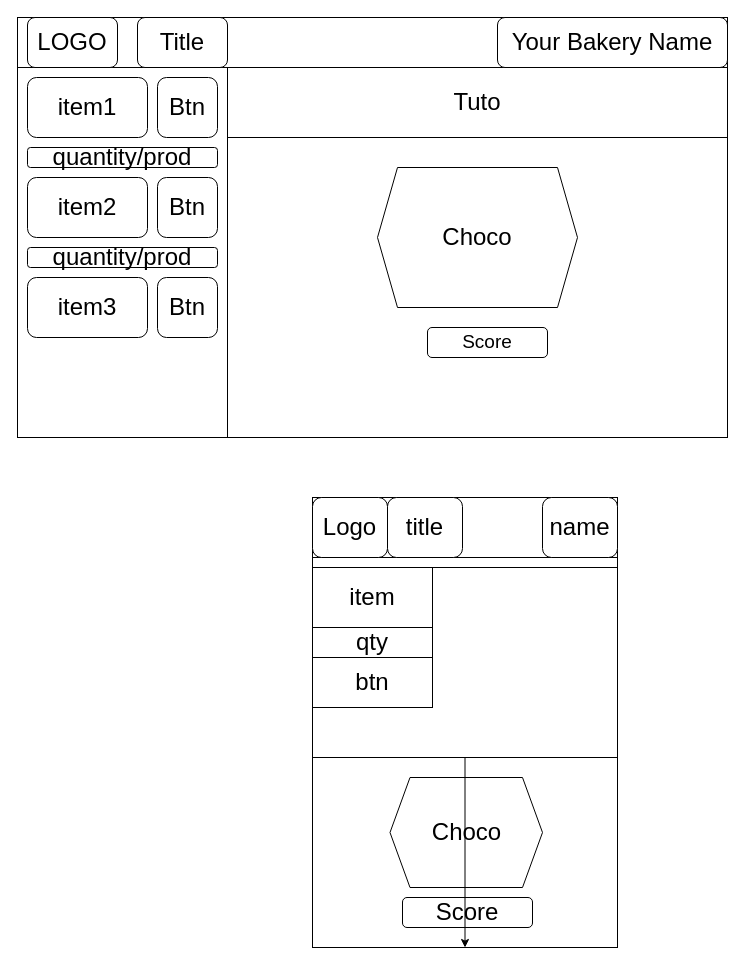
The draw.io diagram src/wireframe.drawio in annieccar/Choco-Clicker, before the edit. Source tidied: cells renumbered, new cells numbered last; positions are measured from the earlier drawing's top-left corner, leaving out a move shared by most shapes. Both pictures are drawn from the tidied source at 100%, with x=0, y=0 at pixel (17, 17).
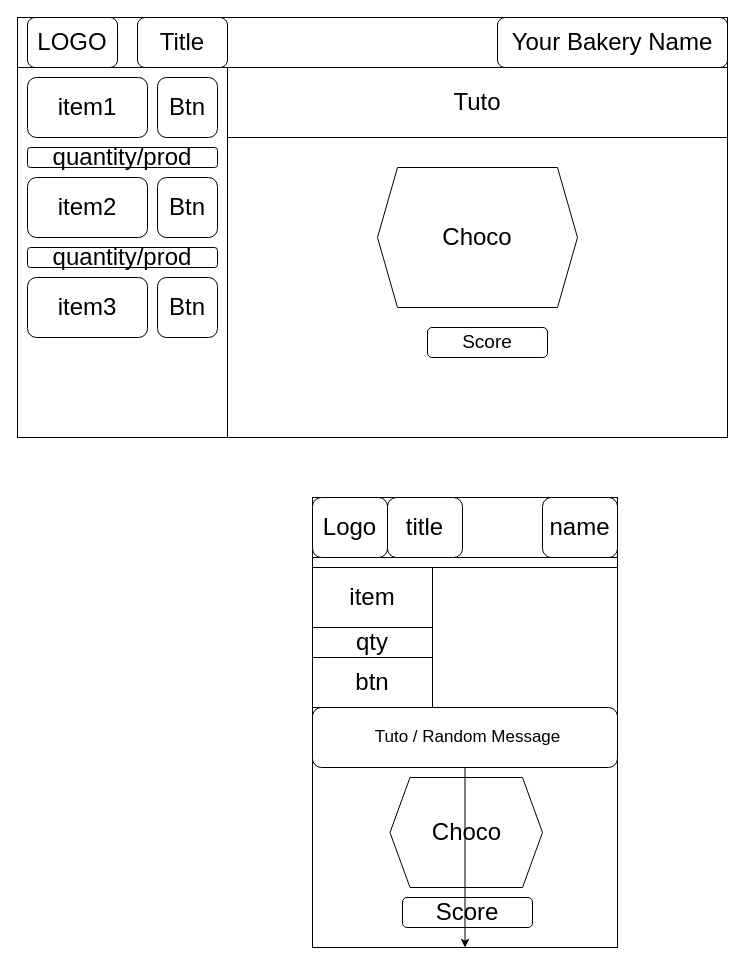
Above is the later version.

The edit, as a diff of the source:
```diff
@@
+    <mxCell id="31" style="rounded=1;whiteSpace=wrap;html=1;" parent="1" vertex="1">
+      <mxGeometry x="295" y="690" width="305" height="60" as="geometry" />
+    </mxCell>
+    <mxCell id="32" value="Tuto / Random Message" style="text;html=1;strokeColor=none;fillColor=none;align=center;verticalAlign=middle;whiteSpace=wrap;rounded=0;fontSize=17;" parent="1" vertex="1">
+      <mxGeometry x="332.5" y="705" width="235" height="30" as="geometry" />
+    </mxCell>
```
